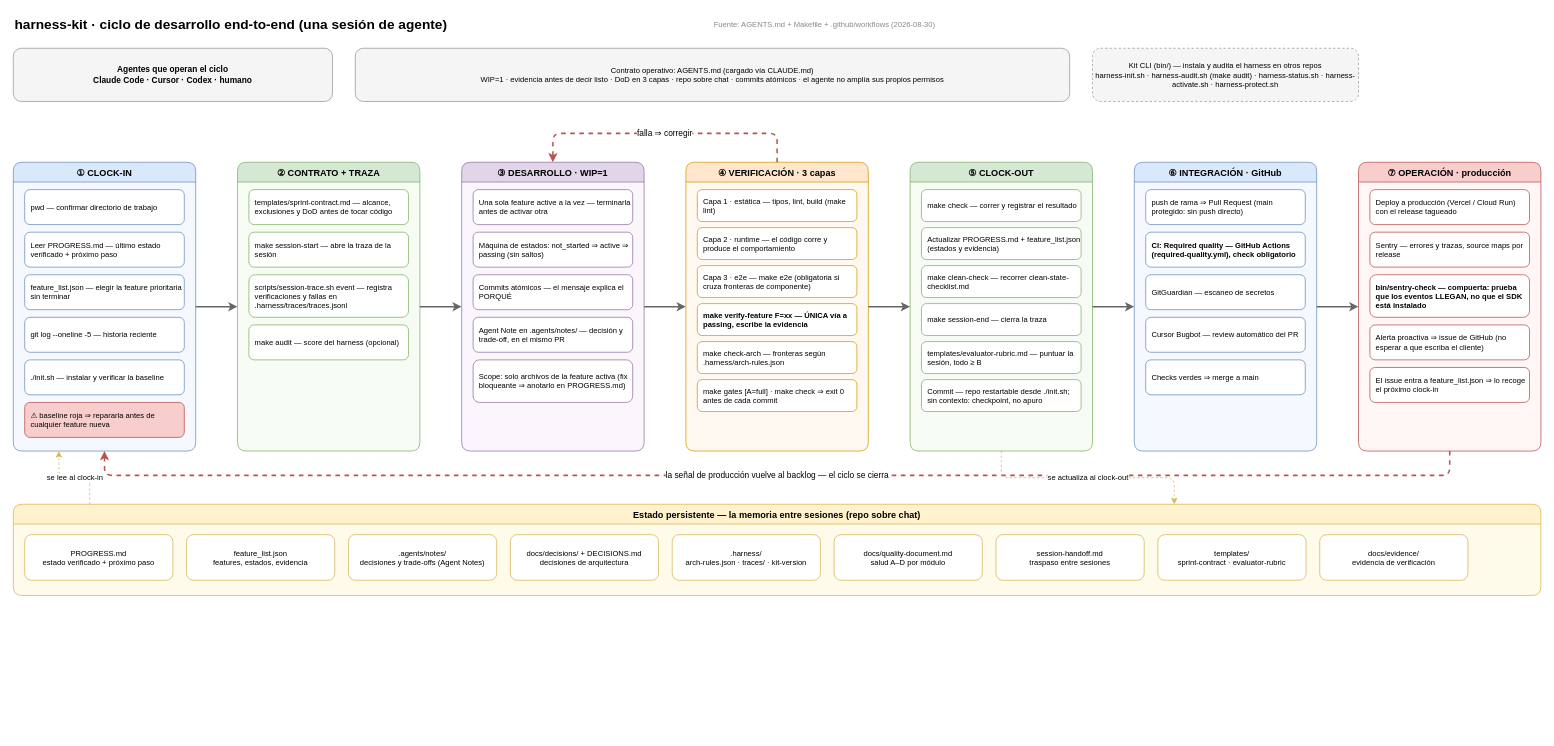
Before: docs/ciclo-desarrollo-harness.drawio in gonzalezulises/harness-kit, a draw.io diagram. Source tidied: cells renumbered, new cells numbered last; positions are measured from the earlier drawing's top-left corner, leaving out a move shared by most shapes. Both pictures are drawn from the tidied source at 76%, with x=0, y=0 at pixel (13, 13).
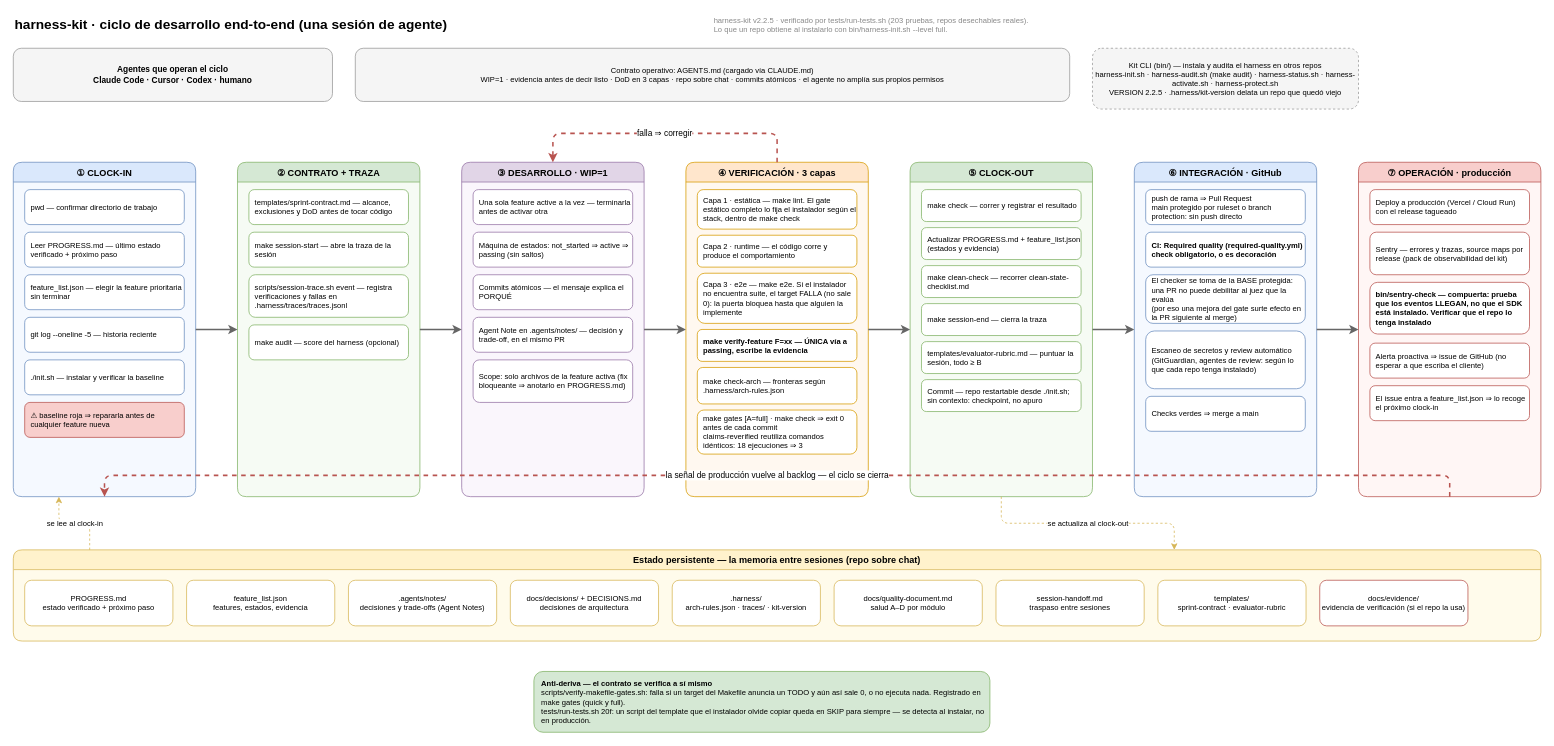
The same page after the edit.

What changed in the source:
```diff
@@
-    <mxCell id="3" value="Fuente: AGENTS.md + Makefile + .github/workflows (2026-08-30)" style="text;html=1;fontSize=10;fontColor=#888888;align=left;verticalAlign=middle;" parent="1" vertex="1">
+    <mxCell id="3" value="harness-kit v2.2.5 · verificado por tests/run-tests.sh (203 pruebas, repos desechables reales).&#10;Lo que un repo obtiene al instalarlo con bin/harness-init.sh --level full." style="text;html=1;fontSize=10;fontColor=#888888;align=left;verticalAlign=middle;" parent="1" vertex="1">
       <mxGeometry x="920" width="440" height="30" as="geometry" />
     </mxCell>
@@
-    <mxCell id="6" value="Kit CLI (bin/) — instala y audita el harness en otros repos&#10;harness-init.sh · harness-audit.sh (make audit) · harness-status.sh · harness-activate.sh · harness-protect.sh" style="rounded=1;whiteSpace=wrap;html=1;fontSize=10;fillColor=#f5f5f5;strokeColor=#999999;dashed=1;" parent="1" vertex="1">
-      <mxGeometry x="1420" y="46" width="350" height="70" as="geometry" />
+    <mxCell id="6" value="Kit CLI (bin/) — instala y audita el harness en otros repos&#10;harness-init.sh · harness-audit.sh (make audit) · harness-status.sh · harness-activate.sh · harness-protect.sh&#10;VERSION 2.2.5 · .harness/kit-version delata un repo que quedó viejo" style="rounded=1;whiteSpace=wrap;html=1;fontSize=10;fillColor=#f5f5f5;strokeColor=#999999;dashed=1;" parent="1" vertex="1">
+      <mxGeometry x="1420" y="46" width="350" height="80" as="geometry" />
     </mxCell>
     <mxCell id="7" value="① CLOCK-IN" style="swimlane;startSize=26;rounded=1;fontSize=12;fontStyle=1;fillColor=#dae8fc;strokeColor=#6c8ebf;swimlaneFillColor=#f5f9ff;" parent="1" vertex="1">
-      <mxGeometry y="196" width="240" height="380" as="geometry" />
+      <mxGeometry y="196" width="240" height="440" as="geometry" />
     </mxCell>
@@
     <mxCell id="14" value="② CONTRATO + TRAZA" style="swimlane;startSize=26;rounded=1;fontSize=12;fontStyle=1;fillColor=#d5e8d4;strokeColor=#82b366;swimlaneFillColor=#f6fbf4;" parent="1" vertex="1">
-      <mxGeometry x="295" y="196" width="240" height="380" as="geometry" />
+      <mxGeometry x="295" y="196" width="240" height="440" as="geometry" />
     </mxCell>
@@
     <mxCell id="19" value="③ DESARROLLO · WIP=1" style="swimlane;startSize=26;rounded=1;fontSize=12;fontStyle=1;fillColor=#e1d5e7;strokeColor=#9673a6;swimlaneFillColor=#faf6fc;" parent="1" vertex="1">
-      <mxGeometry x="590" y="196" width="240" height="380" as="geometry" />
+      <mxGeometry x="590" y="196" width="240" height="440" as="geometry" />
     </mxCell>
@@
     <mxCell id="25" value="④ VERIFICACIÓN · 3 capas" style="swimlane;startSize=26;rounded=1;fontSize=12;fontStyle=1;fillColor=#ffe6cc;strokeColor=#d79b00;swimlaneFillColor=#fff8f0;" parent="1" vertex="1">
-      <mxGeometry x="885" y="196" width="240" height="380" as="geometry" />
+      <mxGeometry x="885" y="196" width="240" height="440" as="geometry" />
     </mxCell>
-    <mxCell id="26" value="Capa 1 · estática — tipos, lint, build (make lint)" style="rounded=1;whiteSpace=wrap;html=1;fontSize=10;align=left;spacingLeft=6;fillColor=#ffffff;strokeColor=#d79b00;" parent="25" vertex="1">
-      <mxGeometry x="15" y="36" width="210" height="42" as="geometry" />
+    <mxCell id="26" value="Capa 1 · estática — make lint. El gate estático completo lo fija el instalador según el stack, dentro de make check" style="rounded=1;whiteSpace=wrap;html=1;fontSize=10;align=left;spacingLeft=6;fillColor=#ffffff;strokeColor=#d79b00;" parent="25" vertex="1">
+      <mxGeometry x="15" y="36" width="210" height="52" as="geometry" />
     </mxCell>
     <mxCell id="27" value="Capa 2 · runtime — el código corre y produce el comportamiento" style="rounded=1;whiteSpace=wrap;html=1;fontSize=10;align=left;spacingLeft=6;fillColor=#ffffff;strokeColor=#d79b00;" parent="25" vertex="1">
-      <mxGeometry x="15" y="86" width="210" height="42" as="geometry" />
+      <mxGeometry x="15" y="96" width="210" height="42" as="geometry" />
     </mxCell>
-    <mxCell id="28" value="Capa 3 · e2e — make e2e (obligatoria si cruza fronteras de componente)" style="rounded=1;whiteSpace=wrap;html=1;fontSize=10;align=left;spacingLeft=6;fillColor=#ffffff;strokeColor=#d79b00;" parent="25" vertex="1">
-      <mxGeometry x="15" y="136" width="210" height="42" as="geometry" />
+    <mxCell id="28" value="Capa 3 · e2e — make e2e. Si el instalador no encuentra suite, el target FALLA (no sale 0): la puerta bloquea hasta que alguien la implemente" style="rounded=1;whiteSpace=wrap;html=1;fontSize=10;align=left;spacingLeft=6;fillColor=#ffffff;strokeColor=#d79b00;" parent="25" vertex="1">
+      <mxGeometry x="15" y="146" width="210" height="66" as="geometry" />
     </mxCell>
     <mxCell id="29" value="make verify-feature F=xx — ÚNICA vía a passing, escribe la evidencia" style="rounded=1;whiteSpace=wrap;html=1;fontSize=10;align=left;spacingLeft=6;fillColor=#ffffff;strokeColor=#d79b00;fontStyle=1;" parent="25" vertex="1">
-      <mxGeometry x="15" y="186" width="210" height="42" as="geometry" />
+      <mxGeometry x="15" y="220" width="210" height="42" as="geometry" />
     </mxCell>
     <mxCell id="30" value="make check-arch — fronteras según .harness/arch-rules.json" style="rounded=1;whiteSpace=wrap;html=1;fontSize=10;align=left;spacingLeft=6;fillColor=#ffffff;strokeColor=#d79b00;" parent="25" vertex="1">
-      <mxGeometry x="15" y="236" width="210" height="42" as="geometry" />
+      <mxGeometry x="15" y="270" width="210" height="48" as="geometry" />
     </mxCell>
-    <mxCell id="31" value="make gates [A=full] · make check ⇒ exit 0 antes de cada commit" style="rounded=1;whiteSpace=wrap;html=1;fontSize=10;align=left;spacingLeft=6;fillColor=#ffffff;strokeColor=#d79b00;" parent="25" vertex="1">
-      <mxGeometry x="15" y="286" width="210" height="42" as="geometry" />
+    <mxCell id="31" value="make gates [A=full] · make check ⇒ exit 0 antes de cada commit&#10;claims-reverified reutiliza comandos idénticos: 18 ejecuciones ⇒ 3" style="rounded=1;whiteSpace=wrap;html=1;fontSize=10;align=left;spacingLeft=6;fillColor=#ffffff;strokeColor=#d79b00;" parent="25" vertex="1">
+      <mxGeometry x="15" y="326" width="210" height="58" as="geometry" />
     </mxCell>
     <mxCell id="32" value="⑤ CLOCK-OUT" style="swimlane;startSize=26;rounded=1;fontSize=12;fontStyle=1;fillColor=#d5e8d4;strokeColor=#82b366;swimlaneFillColor=#f6fbf4;" parent="1" vertex="1">
-      <mxGeometry x="1180" y="196" width="240" height="380" as="geometry" />
+      <mxGeometry x="1180" y="196" width="240" height="440" as="geometry" />
     </mxCell>
@@
     <mxCell id="39" value="⑥ INTEGRACIÓN · GitHub" style="swimlane;startSize=26;rounded=1;fontSize=12;fontStyle=1;fillColor=#dae8fc;strokeColor=#6c8ebf;swimlaneFillColor=#f5f9ff;" parent="1" vertex="1">
-      <mxGeometry x="1475" y="196" width="240" height="380" as="geometry" />
+      <mxGeometry x="1475" y="196" width="240" height="440" as="geometry" />
     </mxCell>
-    <mxCell id="40" value="push de rama ⇒ Pull Request (main protegido: sin push directo)" style="rounded=1;whiteSpace=wrap;html=1;fontSize=10;align=left;spacingLeft=6;fillColor=#ffffff;strokeColor=#6c8ebf;" parent="39" vertex="1">
+    <mxCell id="40" value="push de rama ⇒ Pull Request&#10;main protegido por ruleset o branch protection: sin push directo" style="rounded=1;whiteSpace=wrap;html=1;fontSize=10;align=left;spacingLeft=6;fillColor=#ffffff;strokeColor=#6c8ebf;" parent="39" vertex="1">
       <mxGeometry x="15" y="36" width="210" height="46" as="geometry" />
     </mxCell>
-    <mxCell id="41" value="CI: Required quality — GitHub Actions (required-quality.yml), check obligatorio" style="rounded=1;whiteSpace=wrap;html=1;fontSize=10;align=left;spacingLeft=6;fillColor=#ffffff;strokeColor=#6c8ebf;fontStyle=1;" parent="39" vertex="1">
+    <mxCell id="41" value="CI: Required quality (required-quality.yml)&#10;check obligatorio, o es decoración" style="rounded=1;whiteSpace=wrap;html=1;fontSize=10;align=left;spacingLeft=6;fillColor=#ffffff;strokeColor=#6c8ebf;fontStyle=1;" parent="39" vertex="1">
       <mxGeometry x="15" y="92" width="210" height="46" as="geometry" />
     </mxCell>
-    <mxCell id="42" value="GitGuardian — escaneo de secretos" style="rounded=1;whiteSpace=wrap;html=1;fontSize=10;align=left;spacingLeft=6;fillColor=#ffffff;strokeColor=#6c8ebf;" parent="39" vertex="1">
-      <mxGeometry x="15" y="148" width="210" height="46" as="geometry" />
+    <mxCell id="42" value="El checker se toma de la BASE protegida: una PR no puede debilitar al juez que la evalúa&#10;(por eso una mejora del gate surte efecto en la PR siguiente al merge)" style="rounded=1;whiteSpace=wrap;html=1;fontSize=10;align=left;spacingLeft=6;fillColor=#ffffff;strokeColor=#6c8ebf;" parent="39" vertex="1">
+      <mxGeometry x="15" y="148" width="210" height="64" as="geometry" />
     </mxCell>
-    <mxCell id="43" value="Cursor Bugbot — review automático del PR" style="rounded=1;whiteSpace=wrap;html=1;fontSize=10;align=left;spacingLeft=6;fillColor=#ffffff;strokeColor=#6c8ebf;" parent="39" vertex="1">
-      <mxGeometry x="15" y="204" width="210" height="46" as="geometry" />
+    <mxCell id="43" value="Escaneo de secretos y review automático&#10;(GitGuardian, agentes de review: según lo que cada repo tenga instalado)" style="rounded=1;whiteSpace=wrap;html=1;fontSize=10;align=left;spacingLeft=6;fillColor=#ffffff;strokeColor=#6c8ebf;" parent="39" vertex="1">
+      <mxGeometry x="15" y="222" width="210" height="76" as="geometry" />
     </mxCell>
     <mxCell id="44" value="Checks verdes ⇒ merge a main" style="rounded=1;whiteSpace=wrap;html=1;fontSize=10;align=left;spacingLeft=6;fillColor=#ffffff;strokeColor=#6c8ebf;" parent="39" vertex="1">
-      <mxGeometry x="15" y="260" width="210" height="46" as="geometry" />
+      <mxGeometry x="15" y="308" width="210" height="46" as="geometry" />
     </mxCell>
     <mxCell id="45" value="⑦ OPERACIÓN · producción" style="swimlane;startSize=26;rounded=1;fontSize=12;fontStyle=1;fillColor=#f8cecc;strokeColor=#b85450;swimlaneFillColor=#fff6f5;" parent="1" vertex="1">
-      <mxGeometry x="1770" y="196" width="240" height="380" as="geometry" />
+      <mxGeometry x="1770" y="196" width="240" height="440" as="geometry" />
     </mxCell>
@@
-    <mxCell id="47" value="Sentry — errores y trazas, source maps por release" style="rounded=1;whiteSpace=wrap;html=1;fontSize=10;align=left;spacingLeft=6;fillColor=#ffffff;strokeColor=#b85450;" parent="45" vertex="1">
-      <mxGeometry x="15" y="92" width="210" height="46" as="geometry" />
+    <mxCell id="47" value="Sentry — errores y trazas, source maps por release (pack de observabilidad del kit)" style="rounded=1;whiteSpace=wrap;html=1;fontSize=10;align=left;spacingLeft=6;fillColor=#ffffff;strokeColor=#b85450;" parent="45" vertex="1">
+      <mxGeometry x="15" y="92" width="210" height="56" as="geometry" />
     </mxCell>
-    <mxCell id="48" value="bin/sentry-check — compuerta: prueba que los eventos LLEGAN, no que el SDK está instalado" style="rounded=1;whiteSpace=wrap;html=1;fontSize=10;align=left;spacingLeft=6;fillColor=#ffffff;strokeColor=#b85450;fontStyle=1;" parent="45" vertex="1">
-      <mxGeometry x="15" y="148" width="210" height="56" as="geometry" />
+    <mxCell id="48" value="bin/sentry-check — compuerta: prueba que los eventos LLEGAN, no que el SDK está instalado. Verificar que el repo lo tenga instalado" style="rounded=1;whiteSpace=wrap;html=1;fontSize=10;align=left;spacingLeft=6;fillColor=#ffffff;strokeColor=#b85450;fontStyle=1;" parent="45" vertex="1">
+      <mxGeometry x="15" y="158" width="210" height="68" as="geometry" />
     </mxCell>
     <mxCell id="49" value="Alerta proactiva ⇒ issue de GitHub (no esperar a que escriba el cliente)" style="rounded=1;whiteSpace=wrap;html=1;fontSize=10;align=left;spacingLeft=6;fillColor=#ffffff;strokeColor=#b85450;" parent="45" vertex="1">
-      <mxGeometry x="15" y="214" width="210" height="46" as="geometry" />
+      <mxGeometry x="15" y="238" width="210" height="46" as="geometry" />
     </mxCell>
     <mxCell id="50" value="El issue entra a feature_list.json ⇒ lo recoge el próximo clock-in" style="rounded=1;whiteSpace=wrap;html=1;fontSize=10;align=left;spacingLeft=6;fillColor=#ffffff;strokeColor=#b85450;" parent="45" vertex="1">
-      <mxGeometry x="15" y="270" width="210" height="46" as="geometry" />
+      <mxGeometry x="15" y="294" width="210" height="46" as="geometry" />
     </mxCell>
@@
     <mxCell id="59" value="Estado persistente — la memoria entre sesiones (repo sobre chat)" style="swimlane;startSize=26;rounded=1;fontSize=12;fontStyle=1;fillColor=#fff2cc;strokeColor=#d6b656;swimlaneFillColor=#fffbeb;" parent="1" vertex="1">
-      <mxGeometry y="646" width="2010" height="120" as="geometry" />
+      <mxGeometry y="706" width="2010" height="120" as="geometry" />
     </mxCell>
@@
-    <mxCell id="68" value="docs/evidence/&#10;evidencia de verificación" style="rounded=1;whiteSpace=wrap;html=1;fontSize=10;fillColor=#ffffff;strokeColor=#d6b656;" parent="59" vertex="1">
+    <mxCell id="68" value="docs/evidence/&#10;evidencia de verificación (si el repo la usa)" style="rounded=1;whiteSpace=wrap;html=1;fontSize=10;fillColor=#ffffff;strokeColor=#b85450;" parent="59" vertex="1">
       <mxGeometry x="1719" y="40" width="195" height="60" as="geometry" />
     </mxCell>
@@
+    <mxCell id="71" value="&lt;b&gt;Anti-deriva — el contrato se verifica a sí mismo&lt;/b&gt;&#10;scripts/verify-makefile-gates.sh: falla si un target del Makefile anuncia un TODO y aún así sale 0, o no ejecuta nada. Registrado en make gates (quick y full).&#10;tests/run-tests.sh 20f: un script del template que el instalador olvide copiar queda en SKIP para siempre — se detecta al instalar, no en producción." style="rounded=1;whiteSpace=wrap;html=1;fontSize=10;align=left;spacingLeft=8;fillColor=#d5e8d4;strokeColor=#82b366;fontStyle=0;" parent="1" vertex="1">
+      <mxGeometry x="685" y="866" width="600" height="80" as="geometry" />
+    </mxCell>
```
